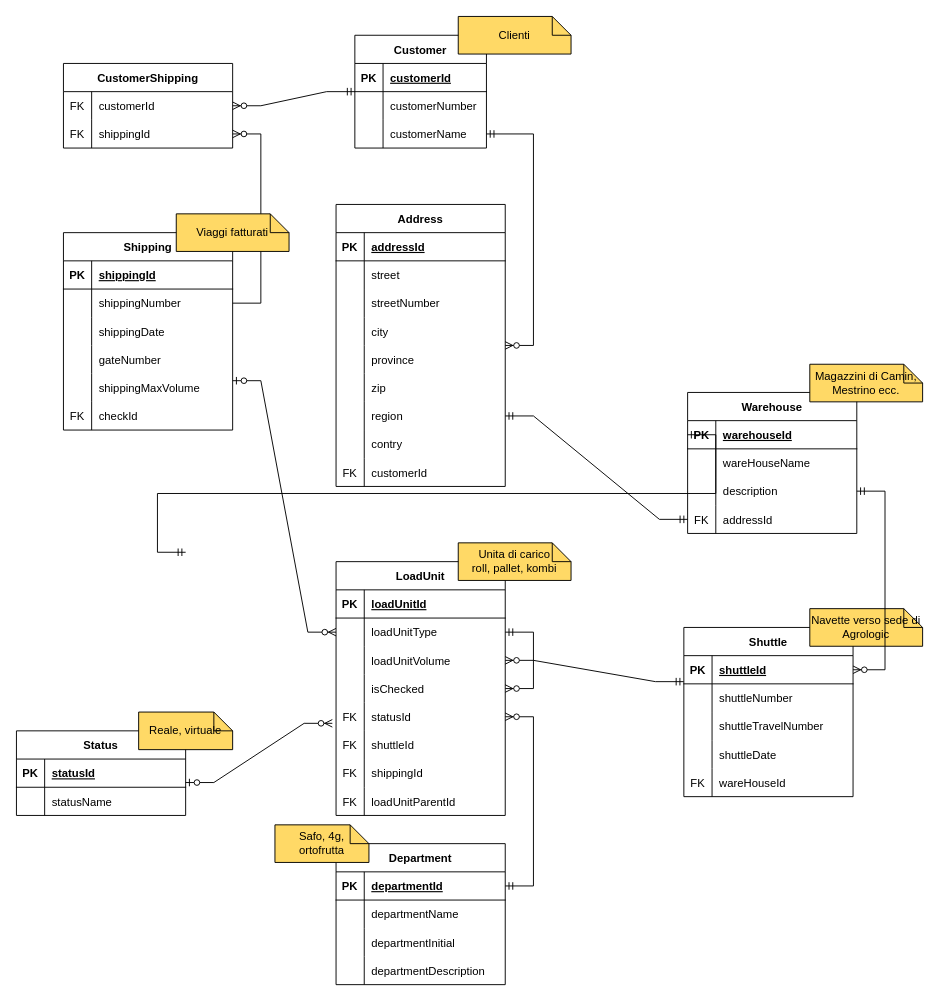
This is arcadia_db.drawio from gh0stb1t-dev/arcadia, a draw.io file, before an edit. Source tidied: cells renumbered, new cells numbered last; positions are measured from the earlier drawing's top-left corner, leaving out a move shared by most shapes. Both pictures are drawn from the tidied source at 94%, with x=0, y=0 at pixel (16, 16).
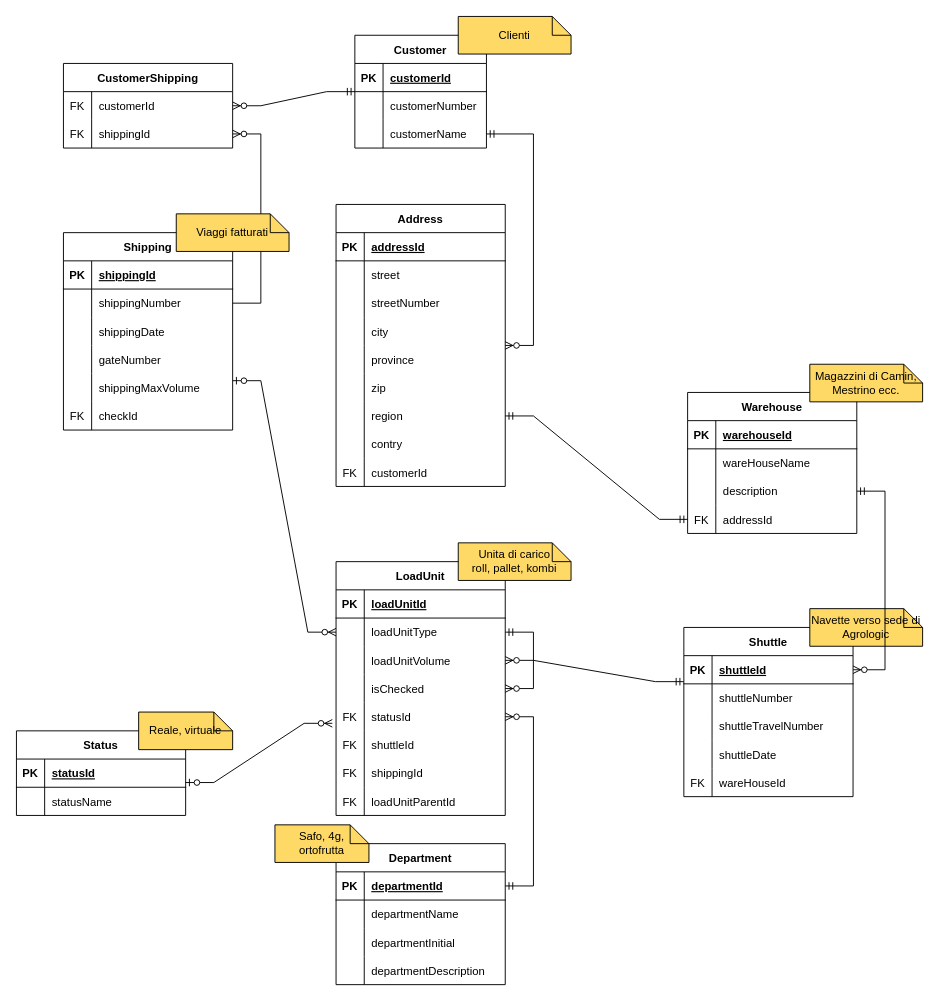
Above is the later version.

Commit message:
Some visual adjustements

Unchanged cells that the change refers to:
```xml
<mxCell id="97" style="shape=tableRow;horizontal=0;startSize=0;swimlaneHead=0;swimlaneBody=0;fillColor=none;points=[[0,0.5],[1,0.5]];portConstraint=eastwest;top=0;left=0;right=0;bottom=1;" parent="96" vertex="1">
  <mxGeometry y="30" width="180" height="30" as="geometry" />
</mxCell>
```

Change to the diagram source:
```diff
@@
-    <mxCell id="154" style="edgeStyle=entityRelationEdgeStyle;fontSize=12;html=1;endArrow=ERmandOne;startArrow=ERmandOne;rounded=0;exitX=0;exitY=0.5;exitDx=0;exitDy=0;" parent="1" edge="1" source="97">
-      <mxGeometry relative="1" as="geometry">
-        <mxPoint x="180" y="570" as="targetPoint" />
-      </mxGeometry>
-    </mxCell>
```
